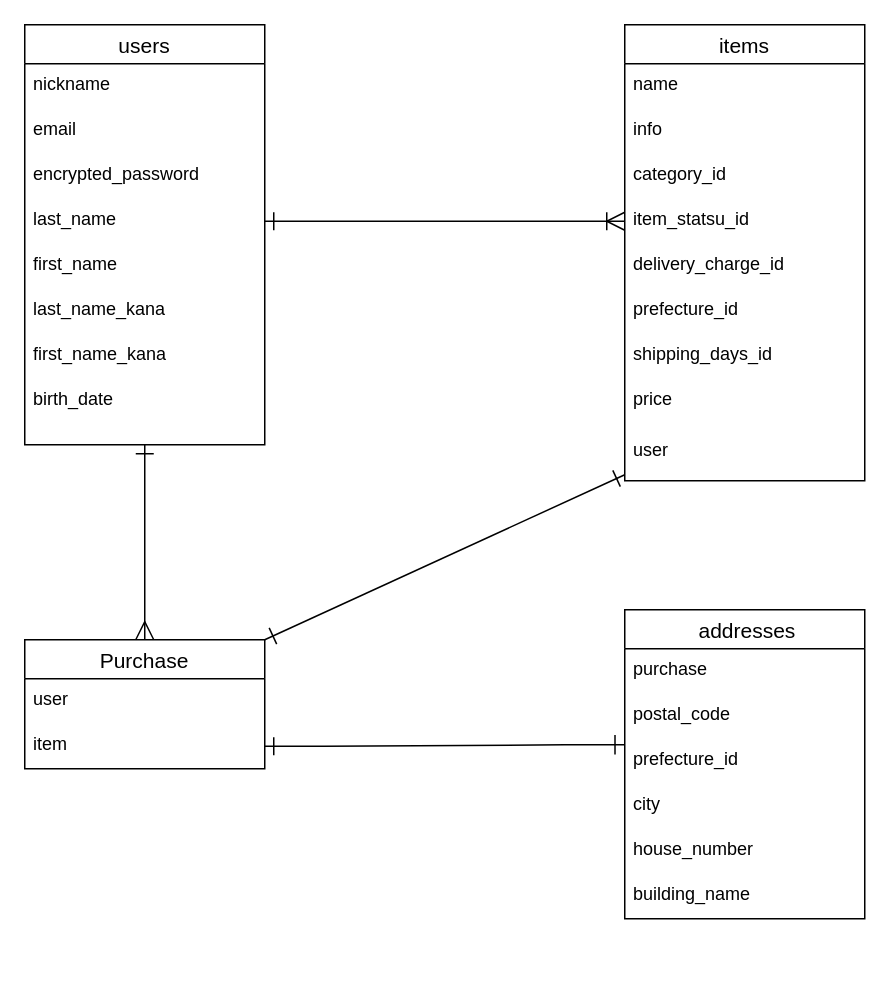
This is furima.dio from seedsat/furima-35823, a draw.io file, before an edit. Source tidied: cells renumbered, new cells numbered last; positions are measured from the earlier drawing's top-left corner, leaving out a move shared by most shapes. Both pictures are drawn from the tidied source at 150%, with x=0, y=0 at pixel (24, 24).
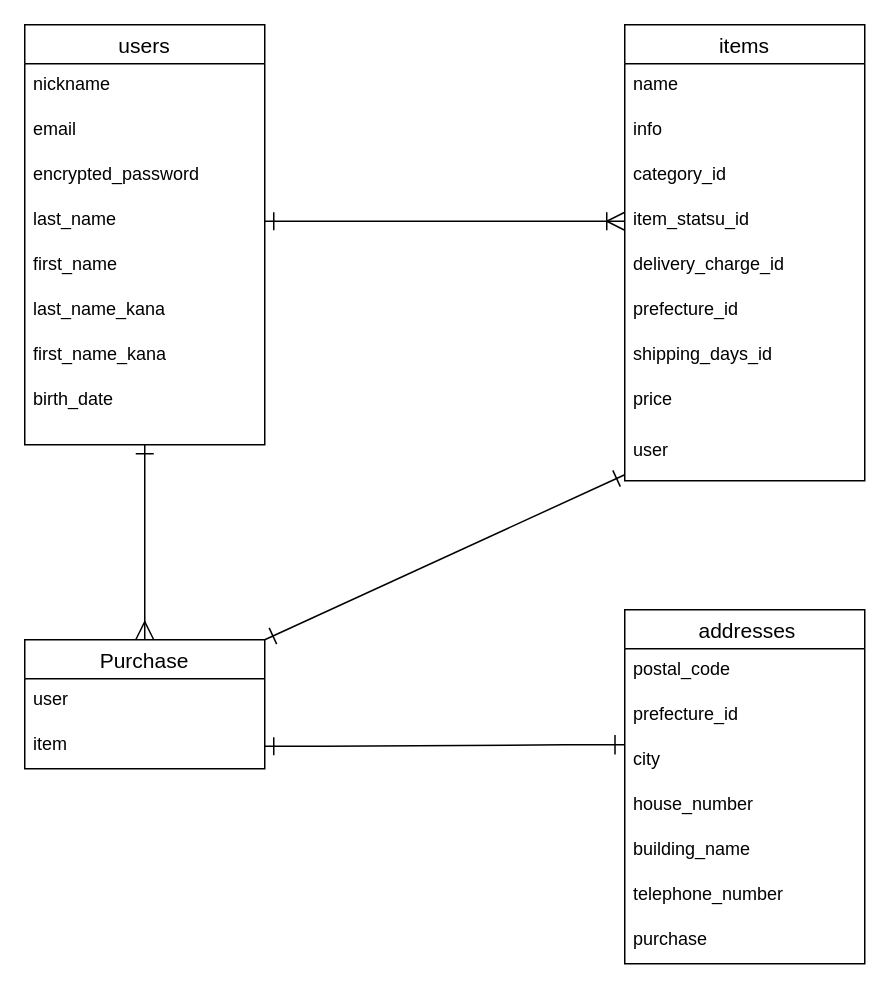
The same diagram, later.

Commit message (it also covers changes not shown here):
データベース設計再修正

Diff of the diagram source:
```diff
@@
     <mxCell id="23" value=" addresses" style="swimlane;fontStyle=0;horizontal=1;startSize=26;align=center;fontSize=14;" parent="1" vertex="1">
-      <mxGeometry x="400" y="390" width="160" height="206" as="geometry" />
+      <mxGeometry x="400" y="390" width="160" height="236" as="geometry" />
     </mxCell>
-    <mxCell id="24" value="purchase" style="text;strokeColor=none;fillColor=none;spacingLeft=4;spacingRight=4;overflow=hidden;fontSize=12;" parent="23" vertex="1">
-      <mxGeometry y="26" width="160" height="30" as="geometry" />
-    </mxCell>
     <mxCell id="25" value="postal_code" style="text;strokeColor=none;fillColor=none;spacingLeft=4;spacingRight=4;overflow=hidden;fontSize=12;" parent="23" vertex="1">
-      <mxGeometry y="56" width="160" height="30" as="geometry" />
+      <mxGeometry y="26" width="160" height="30" as="geometry" />
     </mxCell>
     <mxCell id="26" value="prefecture_id" style="text;strokeColor=none;fillColor=none;spacingLeft=4;spacingRight=4;overflow=hidden;fontSize=12;" parent="23" vertex="1">
-      <mxGeometry y="86" width="160" height="30" as="geometry" />
+      <mxGeometry y="56" width="160" height="30" as="geometry" />
     </mxCell>
     <mxCell id="27" value="city" style="text;strokeColor=none;fillColor=none;spacingLeft=4;spacingRight=4;overflow=hidden;fontSize=12;" parent="23" vertex="1">
-      <mxGeometry y="116" width="160" height="30" as="geometry" />
+      <mxGeometry y="86" width="160" height="30" as="geometry" />
     </mxCell>
     <mxCell id="28" value="house_number" style="text;strokeColor=none;fillColor=none;spacingLeft=4;spacingRight=4;overflow=hidden;fontSize=12;" parent="23" vertex="1">
-      <mxGeometry y="146" width="160" height="30" as="geometry" />
+      <mxGeometry y="116" width="160" height="30" as="geometry" />
     </mxCell>
     <mxCell id="29" value="building_name" style="text;strokeColor=none;fillColor=none;spacingLeft=4;spacingRight=4;overflow=hidden;fontSize=12;" parent="23" vertex="1">
-      <mxGeometry y="176" width="160" height="30" as="geometry" />
+      <mxGeometry y="146" width="160" height="30" as="geometry" />
     </mxCell>
+    <mxCell id="35" value="telephone_number" style="text;strokeColor=none;fillColor=none;spacingLeft=4;spacingRight=4;overflow=hidden;fontSize=12;" parent="23" vertex="1">
+      <mxGeometry y="176" width="160" height="30" as="geometry" />
+    </mxCell>
+    <mxCell id="24" value="purchase" style="text;strokeColor=none;fillColor=none;spacingLeft=4;spacingRight=4;overflow=hidden;fontSize=12;" parent="23" vertex="1">
+      <mxGeometry y="206" width="160" height="30" as="geometry" />
+    </mxCell>
```
